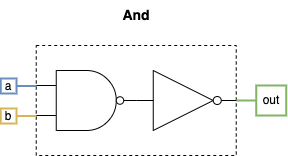
Above: course1/project1/diagrams/and.png in pwbrown/nand2tetris (draw.io), before the change. Source tidied: cells renumbered, new cells last; positions are measured from the earlier drawing's top-left corner, leaving out a move shared by most shapes.
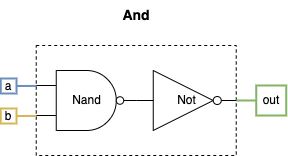
After the change.

Change to the diagram source:
```diff
@@ -11,13 +11,13 @@
     <mxCell id="4" value="out" style="text;html=1;align=center;verticalAlign=middle;whiteSpace=wrap;rounded=0;fillColor=none;strokeColor=#82b366;strokeWidth=2;" parent="1" vertex="1">
       <mxGeometry x="255.8" y="85" width="30" height="30" as="geometry" />
     </mxCell>
-    <mxCell id="5" style="verticalLabelPosition=bottom;shadow=0;dashed=0;align=center;html=1;verticalAlign=top;shape=mxgraph.electrical.logic_gates.logic_gate;operation=and;negating=1;negSize=0.15;" parent="1" vertex="1">
+    <mxCell id="5" value="Nand" style="verticalLabelPosition=middle;shadow=0;dashed=0;align=center;html=1;verticalAlign=middle;shape=mxgraph.electrical.logic_gates.logic_gate;operation=and;negating=1;negSize=0.15;labelPosition=center;" parent="1" vertex="1">
       <mxGeometry x="35.8" y="70" width="100" height="60" as="geometry" />
     </mxCell>
     <mxCell id="6" style="edgeStyle=orthogonalEdgeStyle;shape=connector;rounded=0;jettySize=auto;html=1;exitX=1;exitY=0.5;exitDx=0;exitDy=0;exitPerimeter=0;entryX=0;entryY=0.5;entryDx=0;entryDy=0;strokeColor=#82b366;align=center;verticalAlign=middle;fontFamily=Helvetica;fontSize=11;fontColor=default;labelBackgroundColor=default;startFill=0;endArrow=none;fillColor=#d5e8d4;strokeWidth=2;" parent="1" edge="1" source="7" target="4">
       <mxGeometry relative="1" as="geometry" />
     </mxCell>
-    <mxCell id="7" style="verticalLabelPosition=bottom;shadow=0;dashed=0;align=center;html=1;verticalAlign=top;shape=mxgraph.electrical.logic_gates.inverter_2;" parent="1" vertex="1">
+    <mxCell id="7" value="Not" style="verticalLabelPosition=middle;shadow=0;dashed=0;align=center;html=1;verticalAlign=middle;shape=mxgraph.electrical.logic_gates.inverter_2;labelPosition=center;" parent="1" vertex="1">
       <mxGeometry x="135.8" y="70" width="100" height="60" as="geometry" />
     </mxCell>
     <mxCell id="8" style="edgeStyle=orthogonalEdgeStyle;rounded=0;jettySize=auto;html=1;exitX=1;exitY=0.5;exitDx=0;exitDy=0;exitPerimeter=0;entryX=0;entryY=0.5;entryDx=0;entryDy=0;entryPerimeter=0;endArrow=none;startFill=0;" parent="1" edge="1" source="5" target="7">
```
